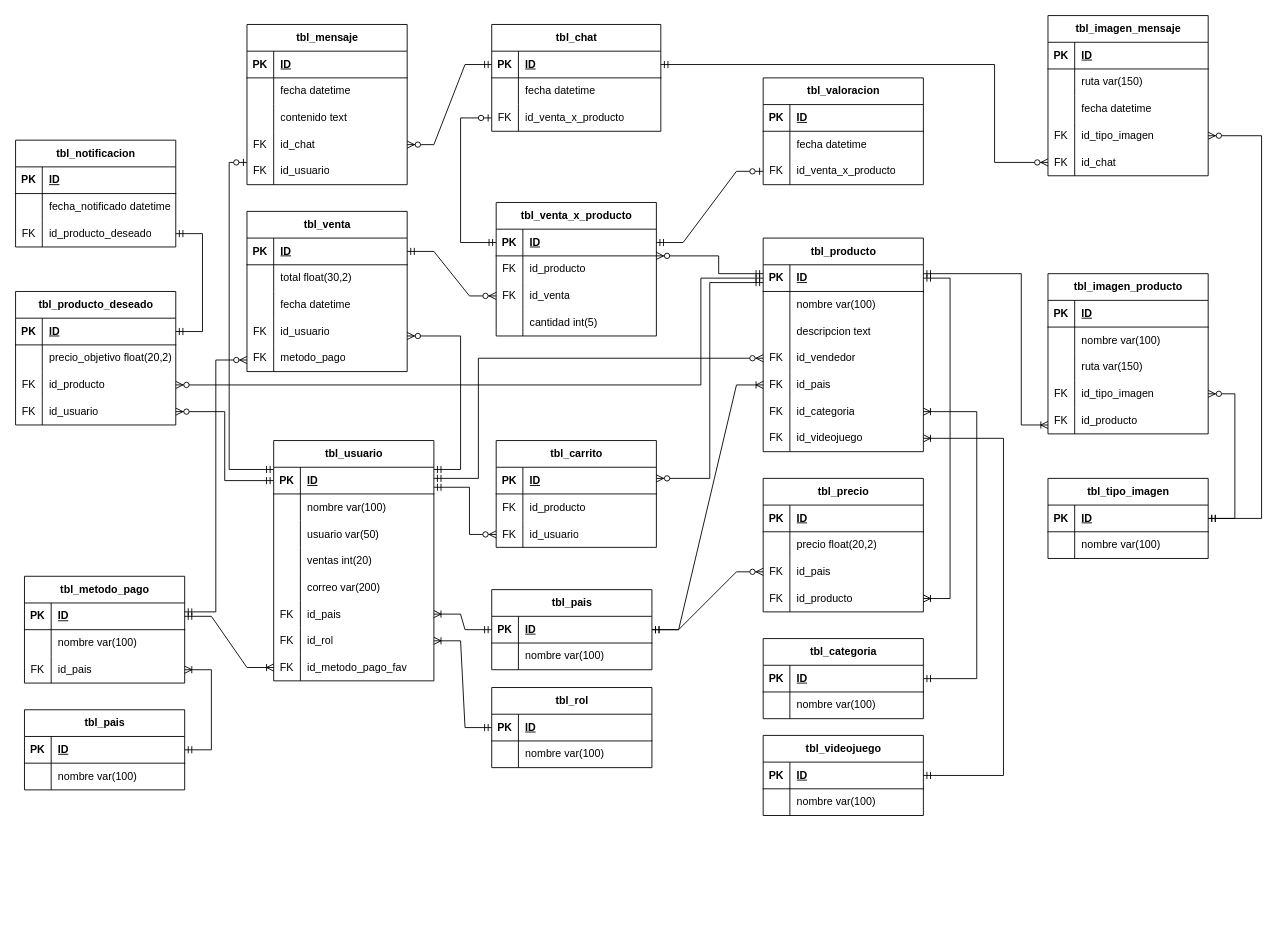
The draw.io diagram e-shop cuentas & videojuegos.drawio in jorge-ruizf/jshop, before the edit. Source tidied: cells renumbered, new cells numbered last; positions are measured from the earlier drawing's top-left corner, leaving out a move shared by most shapes. Both pictures are drawn from the tidied source at 89%, with x=0, y=0 at pixel (15, 15).
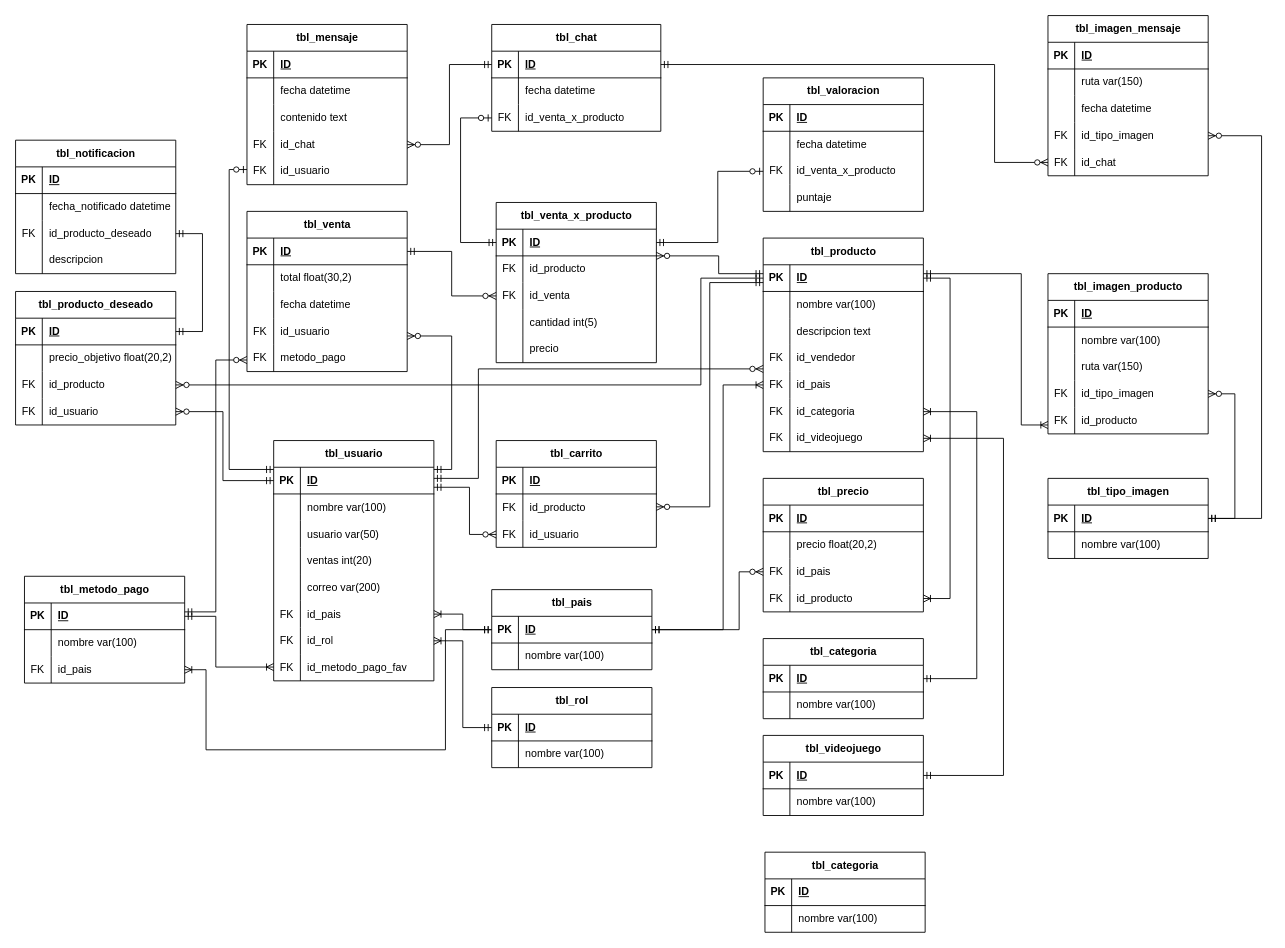
The same diagram, later.

The change refers to these unchanged cells:
```xml
<mxCell id="3" style="shape=tableRow;horizontal=0;startSize=0;swimlaneHead=0;swimlaneBody=0;fillColor=none;points=[[0,0.5],[1,0.5]];portConstraint=eastwest;top=0;left=0;right=0;bottom=1;" parent="2" vertex="1">
  <mxGeometry y="30" width="180" height="30" as="geometry" />
</mxCell>
<mxCell id="12" style="shape=tableRow;horizontal=0;startSize=0;swimlaneHead=0;swimlaneBody=0;fillColor=none;points=[[0,0.5],[1,0.5]];portConstraint=eastwest;top=0;left=0;right=0;bottom=0;" parent="2" vertex="1">
  <mxGeometry y="120" width="180" height="30" as="geometry" />
</mxCell>
<mxCell id="15" style="shape=tableRow;horizontal=0;startSize=0;swimlaneHead=0;swimlaneBody=0;fillColor=none;points=[[0,0.5],[1,0.5]];portConstraint=eastwest;top=0;left=0;right=0;bottom=0;" parent="2" vertex="1">
  <mxGeometry y="150" width="180" height="30" as="geometry" />
</mxCell>
<mxCell id="25" style="shape=tableRow;horizontal=0;startSize=0;swimlaneHead=0;swimlaneBody=0;fillColor=none;points=[[0,0.5],[1,0.5]];portConstraint=eastwest;top=0;left=0;right=0;bottom=1;" parent="24" vertex="1">
  <mxGeometry y="30" width="180" height="30" as="geometry" />
</mxCell>
<mxCell id="32" style="shape=tableRow;horizontal=0;startSize=0;swimlaneHead=0;swimlaneBody=0;fillColor=none;points=[[0,0.5],[1,0.5]];portConstraint=eastwest;top=0;left=0;right=0;bottom=1;" parent="31" vertex="1">
  <mxGeometry y="30" width="180" height="30" as="geometry" />
</mxCell>
<mxCell id="38" style="shape=tableRow;horizontal=0;startSize=0;swimlaneHead=0;swimlaneBody=0;fillColor=none;points=[[0,0.5],[1,0.5]];portConstraint=eastwest;top=0;left=0;right=0;bottom=0;" parent="31" vertex="1">
  <mxGeometry y="90" width="180" height="30" as="geometry" />
</mxCell>
<mxCell id="65" style="shape=tableRow;horizontal=0;startSize=0;swimlaneHead=0;swimlaneBody=0;fillColor=none;points=[[0,0.5],[1,0.5]];portConstraint=eastwest;top=0;left=0;right=0;bottom=1;" parent="64" vertex="1">
  <mxGeometry y="30" width="180" height="30" as="geometry" />
</mxCell>
<mxCell id="74" style="shape=tableRow;horizontal=0;startSize=0;swimlaneHead=0;swimlaneBody=0;fillColor=none;points=[[0,0.5],[1,0.5]];portConstraint=eastwest;top=0;left=0;right=0;bottom=0;" parent="64" vertex="1">
  <mxGeometry y="120" width="180" height="30" as="geometry" />
</mxCell>
<mxCell id="81" style="shape=tableRow;horizontal=0;startSize=0;swimlaneHead=0;swimlaneBody=0;fillColor=none;points=[[0,0.5],[1,0.5]];portConstraint=eastwest;top=0;left=0;right=0;bottom=1;" parent="80" vertex="1">
  <mxGeometry y="30" width="180" height="30" as="geometry" />
</mxCell>
<mxCell id="87" style="shape=tableRow;horizontal=0;startSize=0;swimlaneHead=0;swimlaneBody=0;fillColor=none;points=[[0,0.5],[1,0.5]];portConstraint=eastwest;top=0;left=0;right=0;bottom=0;" parent="80" vertex="1">
  <mxGeometry y="90" width="180" height="30" as="geometry" />
</mxCell>
<mxCell id="94" style="shape=tableRow;horizontal=0;startSize=0;swimlaneHead=0;swimlaneBody=0;fillColor=none;points=[[0,0.5],[1,0.5]];portConstraint=eastwest;top=0;left=0;right=0;bottom=1;" parent="93" vertex="1">
  <mxGeometry y="30" width="180" height="30" as="geometry" />
</mxCell>
<mxCell id="109" style="shape=tableRow;horizontal=0;startSize=0;swimlaneHead=0;swimlaneBody=0;fillColor=none;points=[[0,0.5],[1,0.5]];portConstraint=eastwest;top=0;left=0;right=0;bottom=0;" parent="93" vertex="1">
  <mxGeometry y="180" width="180" height="30" as="geometry" />
</mxCell>
<mxCell id="112" style="shape=tableRow;horizontal=0;startSize=0;swimlaneHead=0;swimlaneBody=0;fillColor=none;points=[[0,0.5],[1,0.5]];portConstraint=eastwest;top=0;left=0;right=0;bottom=0;" parent="93" vertex="1">
  <mxGeometry y="210" width="180" height="30" as="geometry" />
</mxCell>
<mxCell id="115" style="shape=tableRow;horizontal=0;startSize=0;swimlaneHead=0;swimlaneBody=0;fillColor=none;points=[[0,0.5],[1,0.5]];portConstraint=eastwest;top=0;left=0;right=0;bottom=0;" parent="93" vertex="1">
  <mxGeometry y="240" width="180" height="30" as="geometry" />
</mxCell>
<mxCell id="126" style="shape=tableRow;horizontal=0;startSize=0;swimlaneHead=0;swimlaneBody=0;fillColor=none;points=[[0,0.5],[1,0.5]];portConstraint=eastwest;top=0;left=0;right=0;bottom=1;" parent="125" vertex="1">
  <mxGeometry y="30" width="180" height="30" as="geometry" />
</mxCell>
<mxCell id="142" style="shape=tableRow;horizontal=0;startSize=0;swimlaneHead=0;swimlaneBody=0;fillColor=none;points=[[0,0.5],[1,0.5]];portConstraint=eastwest;top=0;left=0;right=0;bottom=0;" parent="132" vertex="1">
  <mxGeometry y="120" width="180" height="30" as="geometry" />
</mxCell>
<mxCell id="152" style="shape=tableRow;horizontal=0;startSize=0;swimlaneHead=0;swimlaneBody=0;fillColor=none;points=[[0,0.5],[1,0.5]];portConstraint=eastwest;top=0;left=0;right=0;bottom=0;" parent="145" vertex="1">
  <mxGeometry y="90" width="180" height="30" as="geometry" />
</mxCell>
<mxCell id="192" style="shape=tableRow;horizontal=0;startSize=0;swimlaneHead=0;swimlaneBody=0;fillColor=none;points=[[0,0.5],[1,0.5]];portConstraint=eastwest;top=0;left=0;right=0;bottom=0;" parent="185" vertex="1">
  <mxGeometry y="90" width="180" height="30" as="geometry" />
</mxCell>
<mxCell id="213" style="shape=tableRow;horizontal=0;startSize=0;swimlaneHead=0;swimlaneBody=0;fillColor=none;points=[[0,0.5],[1,0.5]];portConstraint=eastwest;top=0;left=0;right=0;bottom=1;" parent="212" vertex="1">
  <mxGeometry y="30" width="190" height="30" as="geometry" />
</mxCell>
<mxCell id="233" style="shape=tableRow;horizontal=0;startSize=0;swimlaneHead=0;swimlaneBody=0;fillColor=none;points=[[0,0.5],[1,0.5]];portConstraint=eastwest;top=0;left=0;right=0;bottom=0;" parent="223" vertex="1">
  <mxGeometry y="120" width="180" height="30" as="geometry" />
</mxCell>
<mxCell id="236" style="shape=tableRow;horizontal=0;startSize=0;swimlaneHead=0;swimlaneBody=0;fillColor=none;points=[[0,0.5],[1,0.5]];portConstraint=eastwest;top=0;left=0;right=0;bottom=0;" parent="223" vertex="1">
  <mxGeometry y="150" width="180" height="30" as="geometry" />
</mxCell>
<mxCell id="260" style="shape=tableRow;horizontal=0;startSize=0;swimlaneHead=0;swimlaneBody=0;fillColor=none;points=[[0,0.5],[1,0.5]];portConstraint=eastwest;top=0;left=0;right=0;bottom=1;" parent="259" vertex="1">
  <mxGeometry y="30" width="180" height="30" as="geometry" />
</mxCell>
<mxCell id="263" style="shape=tableRow;horizontal=0;startSize=0;swimlaneHead=0;swimlaneBody=0;fillColor=none;points=[[0,0.5],[1,0.5]];portConstraint=eastwest;top=0;left=0;right=0;bottom=0;" parent="259" vertex="1">
  <mxGeometry y="60" width="180" height="30" as="geometry" />
</mxCell>
```

What changed in the source:
```diff
@@
     <mxCell id="80" value="tbl_venta_x_producto" style="shape=table;startSize=30;childLayout=tableLayout;rowLines=0;fontStyle=1;align=center;html=1;" parent="1" vertex="1">
-      <mxGeometry x="540" y="210" width="180" height="150" as="geometry" />
+      <mxGeometry x="540" y="210" width="180" height="180" as="geometry" />
     </mxCell>
@@
+    <mxCell id="271" style="shape=tableRow;horizontal=0;startSize=0;swimlaneHead=0;swimlaneBody=0;fillColor=none;top=0;left=0;right=0;bottom=0;" parent="80" vertex="1">
+      <mxGeometry y="150" width="180" height="30" as="geometry" />
+    </mxCell>
+    <mxCell id="272" style="shape=partialRectangle;fillColor=none;top=0;left=0;bottom=0;right=0;overflow=hidden;whiteSpace=wrap;html=1;" parent="271" vertex="1">
+      <mxGeometry width="30" height="30" as="geometry" />
+    </mxCell>
+    <mxCell id="273" value="precio" style="shape=partialRectangle;fillColor=none;top=0;left=0;bottom=0;right=0;align=left;spacingLeft=6;overflow=hidden;whiteSpace=wrap;html=1;" parent="271" vertex="1">
+      <mxGeometry x="30" width="150" height="30" as="geometry" />
+    </mxCell>
@@
-    <mxCell id="160" style="edgeStyle=entityRelationEdgeStyle;fontSize=12;html=1;endArrow=ERoneToMany;startArrow=ERmandOne;rounded=0;" parent="1" edge="1" source="25" target="15">
-      <mxGeometry relative="1" as="geometry" />
+    <mxCell id="160" style="edgeStyle=orthogonalEdgeStyle;fontSize=12;html=1;endArrow=ERoneToMany;startArrow=ERmandOne;rounded=0;" parent="1" edge="1" source="25" target="15">
+      <mxGeometry relative="1" as="geometry">
+        <Array as="points">
+          <mxPoint x="795" y="690" />
+          <mxPoint x="795" y="415" />
+        </Array>
+      </mxGeometry>
     </mxCell>
-    <mxCell id="161" style="edgeStyle=entityRelationEdgeStyle;fontSize=12;html=1;endArrow=ERoneToMany;startArrow=ERmandOne;rounded=0;" parent="1" edge="1" source="25" target="109">
+    <mxCell id="161" style="edgeStyle=orthogonalEdgeStyle;fontSize=12;html=1;endArrow=ERoneToMany;startArrow=ERmandOne;rounded=0;" parent="1" edge="1" source="25" target="109">
       <mxGeometry relative="1" as="geometry" />
     </mxCell>
-    <mxCell id="162" style="edgeStyle=entityRelationEdgeStyle;fontSize=12;html=1;endArrow=ERoneToMany;startArrow=ERmandOne;rounded=0;" parent="1" edge="1" source="126" target="112">
+    <mxCell id="162" style="edgeStyle=orthogonalEdgeStyle;fontSize=12;html=1;endArrow=ERoneToMany;startArrow=ERmandOne;rounded=0;" parent="1" edge="1" source="126" target="112">
       <mxGeometry relative="1" as="geometry" />
     </mxCell>
@@
     <mxCell id="164" style="edgeStyle=orthogonalEdgeStyle;fontSize=12;html=1;endArrow=ERzeroToMany;startArrow=ERmandOne;rounded=0;entryX=1;entryY=0.5;entryDx=0;entryDy=0;strokeColor=light-dark(#000000,#FF6666);" parent="1" edge="1" source="94" target="142">
-      <mxGeometry relative="1" as="geometry" />
+      <mxGeometry relative="1" as="geometry">
+        <Array as="points">
+          <mxPoint x="233" y="523" />
+          <mxPoint x="233" y="445" />
+        </Array>
+      </mxGeometry>
     </mxCell>
@@
-    <mxCell id="166" style="edgeStyle=entityRelationEdgeStyle;fontSize=12;html=1;endArrow=ERzeroToMany;startArrow=ERmandOne;rounded=0;" parent="1" edge="1" source="25" target="152">
-      <mxGeometry relative="1" as="geometry" />
+    <mxCell id="166" style="edgeStyle=orthogonalEdgeStyle;fontSize=12;html=1;endArrow=ERzeroToMany;startArrow=ERmandOne;rounded=0;" parent="1" edge="1" source="25" target="152">
+      <mxGeometry relative="1" as="geometry">
+        <Array as="points">
+          <mxPoint x="813" y="690" />
+          <mxPoint x="813" y="625" />
+        </Array>
+      </mxGeometry>
     </mxCell>
@@
     <mxCell id="168" style="edgeStyle=orthogonalEdgeStyle;fontSize=12;html=1;endArrow=ERzeroToMany;startArrow=ERmandOne;rounded=0;strokeColor=light-dark(#000000,#FFFF66);" parent="1" edge="1" source="94" target="74">
       <mxGeometry relative="1" as="geometry">
         <Array as="points">
-          <mxPoint x="500" y="510" />
-          <mxPoint x="500" y="360" />
+          <mxPoint x="490" y="510" />
+          <mxPoint x="490" y="360" />
         </Array>
       </mxGeometry>
     </mxCell>
-    <mxCell id="169" style="edgeStyle=entityRelationEdgeStyle;fontSize=12;html=1;endArrow=ERoneToMany;startArrow=ERmandOne;rounded=0;" parent="1" edge="1" source="32" target="115">
-      <mxGeometry relative="1" as="geometry" />
+    <mxCell id="169" style="edgeStyle=orthogonalEdgeStyle;fontSize=12;html=1;endArrow=ERoneToMany;startArrow=ERmandOne;rounded=0;" parent="1" edge="1" source="32" target="115">
+      <mxGeometry relative="1" as="geometry">
+        <Array as="points">
+          <mxPoint x="225" y="675" />
+          <mxPoint x="225" y="732" />
+        </Array>
+      </mxGeometry>
     </mxCell>
-    <mxCell id="170" style="edgeStyle=entityRelationEdgeStyle;fontSize=12;html=1;endArrow=ERzeroToMany;startArrow=ERmandOne;rounded=0;" parent="1" edge="1" source="65" target="87">
+    <mxCell id="170" style="edgeStyle=orthogonalEdgeStyle;fontSize=12;html=1;endArrow=ERzeroToMany;startArrow=ERmandOne;rounded=0;" parent="1" edge="1" source="65" target="87">
       <mxGeometry relative="1" as="geometry" />
     </mxCell>
@@
     <mxCell id="172" style="edgeStyle=orthogonalEdgeStyle;fontSize=12;html=1;endArrow=ERzeroToMany;startArrow=ERmandOne;rounded=0;strokeColor=light-dark(#000000,#FF6666);" parent="1" edge="1" source="94" target="12">
       <mxGeometry relative="1" as="geometry">
         <Array as="points">
           <mxPoint x="520" y="520" />
-          <mxPoint x="520" y="385" />
+          <mxPoint x="520" y="397" />
         </Array>
       </mxGeometry>
     </mxCell>
@@
     <mxCell id="174" value="tbl_notificacion" style="shape=table;startSize=30;childLayout=tableLayout;rowLines=0;fontStyle=1;align=center;html=1;" parent="1" vertex="1">
-      <mxGeometry y="140" width="180" height="120" as="geometry" />
+      <mxGeometry y="140" width="180" height="150" as="geometry" />
     </mxCell>
@@
+    <mxCell id="274" style="shape=tableRow;horizontal=0;startSize=0;swimlaneHead=0;swimlaneBody=0;fillColor=none;top=0;left=0;right=0;bottom=0;" parent="174" vertex="1">
+      <mxGeometry y="120" width="180" height="30" as="geometry" />
+    </mxCell>
+    <mxCell id="275" style="shape=partialRectangle;fillColor=none;top=0;left=0;bottom=0;right=0;overflow=hidden;whiteSpace=wrap;html=1;" parent="274" vertex="1">
+      <mxGeometry width="30" height="30" as="geometry" />
+    </mxCell>
+    <mxCell id="276" value="descripcion" style="shape=partialRectangle;fillColor=none;top=0;left=0;bottom=0;right=0;align=left;spacingLeft=6;overflow=hidden;whiteSpace=wrap;html=1;" parent="274" vertex="1">
+      <mxGeometry x="30" width="150" height="30" as="geometry" />
+    </mxCell>
@@
     <mxCell id="185" value="tbl_valoracion" style="shape=table;startSize=30;childLayout=tableLayout;rowLines=0;fontStyle=1;align=center;html=1;" parent="1" vertex="1">
-      <mxGeometry x="840" y="70" width="180" height="120" as="geometry" />
+      <mxGeometry x="840" y="70" width="180" height="150" as="geometry" />
     </mxCell>
@@
+    <mxCell id="277" style="shape=tableRow;horizontal=0;startSize=0;swimlaneHead=0;swimlaneBody=0;fillColor=none;top=0;left=0;right=0;bottom=0;" parent="185" vertex="1">
+      <mxGeometry y="120" width="180" height="30" as="geometry" />
+    </mxCell>
+    <mxCell id="278" style="shape=partialRectangle;fillColor=none;top=0;left=0;bottom=0;right=0;overflow=hidden;whiteSpace=wrap;html=1;" parent="277" vertex="1">
+      <mxGeometry width="30" height="30" as="geometry" />
+    </mxCell>
+    <mxCell id="279" value="puntaje" style="shape=partialRectangle;fillColor=none;top=0;left=0;bottom=0;right=0;align=left;spacingLeft=6;overflow=hidden;whiteSpace=wrap;html=1;" parent="277" vertex="1">
+      <mxGeometry x="30" width="150" height="30" as="geometry" />
+    </mxCell>
-    <mxCell id="195" style="edgeStyle=entityRelationEdgeStyle;fontSize=12;html=1;endArrow=ERzeroToOne;startArrow=ERmandOne;rounded=0;" parent="1" edge="1" source="81" target="192">
-      <mxGeometry relative="1" as="geometry" />
+    <mxCell id="195" style="edgeStyle=orthogonalEdgeStyle;fontSize=12;html=1;endArrow=ERzeroToOne;startArrow=ERmandOne;rounded=0;" parent="1" edge="1" source="81" target="192">
+      <mxGeometry relative="1" as="geometry">
+        <Array as="points">
+          <mxPoint x="789" y="255" />
+          <mxPoint x="789" y="175" />
+        </Array>
+      </mxGeometry>
     </mxCell>
@@
-    <mxCell id="204" value="tbl_pais" style="shape=table;startSize=30;childLayout=tableLayout;rowLines=0;fontStyle=1;align=center;html=1;" parent="1" vertex="1">
-      <mxGeometry x="10" y="780" width="180" height="90" as="geometry" />
-    </mxCell>
-    <mxCell id="205" style="shape=tableRow;horizontal=0;startSize=0;swimlaneHead=0;swimlaneBody=0;fillColor=none;points=[[0,0.5],[1,0.5]];portConstraint=eastwest;top=0;left=0;right=0;bottom=1;" parent="204" vertex="1">
-      <mxGeometry y="30" width="180" height="30" as="geometry" />
-    </mxCell>
-    <mxCell id="206" value="PK" style="shape=partialRectangle;fillColor=none;top=0;left=0;bottom=0;right=0;fontStyle=1;overflow=hidden;whiteSpace=wrap;html=1;" parent="205" vertex="1">
-      <mxGeometry width="30" height="30" as="geometry" />
-    </mxCell>
-    <mxCell id="207" value="ID" style="shape=partialRectangle;fillColor=none;top=0;left=0;bottom=0;right=0;align=left;spacingLeft=6;fontStyle=5;overflow=hidden;whiteSpace=wrap;html=1;" parent="205" vertex="1">
-      <mxGeometry x="30" width="150" height="30" as="geometry" />
-    </mxCell>
-    <mxCell id="208" style="shape=tableRow;horizontal=0;startSize=0;swimlaneHead=0;swimlaneBody=0;fillColor=none;top=0;left=0;right=0;bottom=0;" parent="204" vertex="1">
-      <mxGeometry y="60" width="180" height="30" as="geometry" />
-    </mxCell>
-    <mxCell id="209" style="shape=partialRectangle;fillColor=none;top=0;left=0;bottom=0;right=0;overflow=hidden;whiteSpace=wrap;html=1;" parent="208" vertex="1">
-      <mxGeometry width="30" height="30" as="geometry" />
-    </mxCell>
-    <mxCell id="210" value="nombre var(100)" style="shape=partialRectangle;fillColor=none;top=0;left=0;bottom=0;right=0;align=left;spacingLeft=6;overflow=hidden;whiteSpace=wrap;html=1;" parent="208" vertex="1">
-      <mxGeometry x="30" width="150" height="30" as="geometry" />
-    </mxCell>
-    <mxCell id="211" style="edgeStyle=entityRelationEdgeStyle;fontSize=12;html=1;endArrow=ERoneToMany;startArrow=ERmandOne;rounded=0;" parent="1" edge="1" source="205" target="38">
-      <mxGeometry relative="1" as="geometry" />
+    <mxCell id="211" style="edgeStyle=orthogonalEdgeStyle;fontSize=12;html=1;endArrow=ERoneToMany;startArrow=ERmandOne;rounded=0;exitX=0;exitY=0.5;exitDx=0;exitDy=0;" parent="1" edge="1" source="25" target="38">
+      <mxGeometry relative="1" as="geometry">
+        <Array as="points">
+          <mxPoint x="483" y="690" />
+          <mxPoint x="483" y="825" />
+          <mxPoint x="214" y="825" />
+          <mxPoint x="214" y="735" />
+        </Array>
+      </mxGeometry>
     </mxCell>
@@
-    <mxCell id="239" style="edgeStyle=entityRelationEdgeStyle;fontSize=12;html=1;endArrow=ERzeroToMany;startArrow=ERmandOne;rounded=0;" parent="1" edge="1" source="213" target="233">
+    <mxCell id="239" style="edgeStyle=orthogonalEdgeStyle;fontSize=12;html=1;endArrow=ERzeroToMany;startArrow=ERmandOne;rounded=0;" parent="1" edge="1" source="213" target="233">
       <mxGeometry relative="1" as="geometry" />
     </mxCell>
     <mxCell id="240" style="edgeStyle=orthogonalEdgeStyle;fontSize=12;html=1;endArrow=ERzeroToOne;startArrow=ERmandOne;rounded=0;strokeColor=light-dark(#000000,#67AB9F);" parent="1" edge="1" source="94" target="236">
       <mxGeometry relative="1" as="geometry">
         <Array as="points">
           <mxPoint x="240" y="510" />
-          <mxPoint x="240" y="165" />
+          <mxPoint x="240" y="173" />
         </Array>
       </mxGeometry>
     </mxCell>
@@
-    <mxCell id="269" style="edgeStyle=orthogonalEdgeStyle;fontSize=12;html=1;endArrow=ERzeroToMany;startArrow=ERmandOne;rounded=0;strokeColor=light-dark(#000000,#FFD966);" parent="1" edge="1" source="3" target="260">
+    <mxCell id="269" style="edgeStyle=orthogonalEdgeStyle;fontSize=12;html=1;endArrow=ERzeroToMany;startArrow=ERmandOne;rounded=0;strokeColor=light-dark(#000000,#FFD966);" parent="1" edge="1" source="3" target="263">
       <mxGeometry relative="1" as="geometry">
         <Array as="points">
           <mxPoint x="780" y="300" />
-          <mxPoint x="780" y="520" />
+          <mxPoint x="780" y="552" />
         </Array>
       </mxGeometry>
     </mxCell>
@@
+    <mxCell id="280" value="tbl_categoria" style="shape=table;startSize=30;childLayout=tableLayout;rowLines=0;fontStyle=1;align=center;html=1;" parent="1" vertex="1">
+      <mxGeometry x="842" y="940" width="180" height="90" as="geometry" />
+    </mxCell>
+    <mxCell id="205" style="shape=tableRow;horizontal=0;startSize=0;swimlaneHead=0;swimlaneBody=0;fillColor=none;points=[[0,0.5],[1,0.5]];portConstraint=eastwest;top=0;left=0;right=0;bottom=1;" parent="280" vertex="1">
+      <mxGeometry y="30" width="180" height="30" as="geometry" />
+    </mxCell>
+    <mxCell id="206" value="PK" style="shape=partialRectangle;fillColor=none;top=0;left=0;bottom=0;right=0;fontStyle=1;overflow=hidden;whiteSpace=wrap;html=1;" parent="205" vertex="1">
+      <mxGeometry width="30" height="30" as="geometry" />
+    </mxCell>
+    <mxCell id="207" value="ID" style="shape=partialRectangle;fillColor=none;top=0;left=0;bottom=0;right=0;align=left;spacingLeft=6;fontStyle=5;overflow=hidden;whiteSpace=wrap;html=1;" parent="205" vertex="1">
+      <mxGeometry x="30" width="150" height="30" as="geometry" />
+    </mxCell>
+    <mxCell id="208" style="shape=tableRow;horizontal=0;startSize=0;swimlaneHead=0;swimlaneBody=0;fillColor=none;top=0;left=0;right=0;bottom=0;" parent="280" vertex="1">
+      <mxGeometry y="60" width="180" height="30" as="geometry" />
+    </mxCell>
+    <mxCell id="281" style="shape=partialRectangle;fillColor=none;top=0;left=0;bottom=0;right=0;overflow=hidden;whiteSpace=wrap;html=1;" parent="208" vertex="1">
+      <mxGeometry width="30" height="30" as="geometry" />
+    </mxCell>
+    <mxCell id="210" value="nombre var(100)" style="shape=partialRectangle;fillColor=none;top=0;left=0;bottom=0;right=0;align=left;spacingLeft=6;overflow=hidden;whiteSpace=wrap;html=1;" parent="208" vertex="1">
+      <mxGeometry x="30" width="150" height="30" as="geometry" />
+    </mxCell>
```
